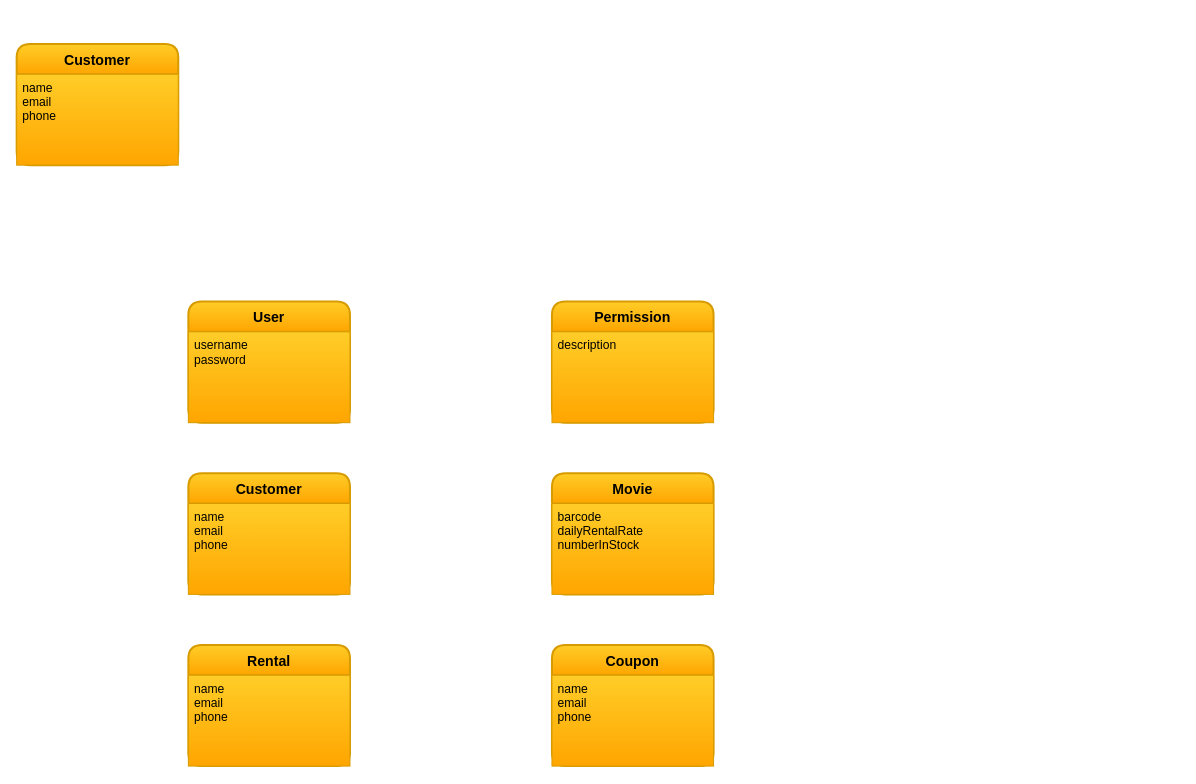
Above: Movie Rent.drawio in justcoding903/dandy-diagram (draw.io), before the change. Source tidied: cells renumbered, new cells numbered last; positions are measured from the earlier drawing's top-left corner, leaving out a move shared by most shapes. Both pictures are drawn from the tidied source at 101%, with x=0, y=0 at pixel (16, 43).
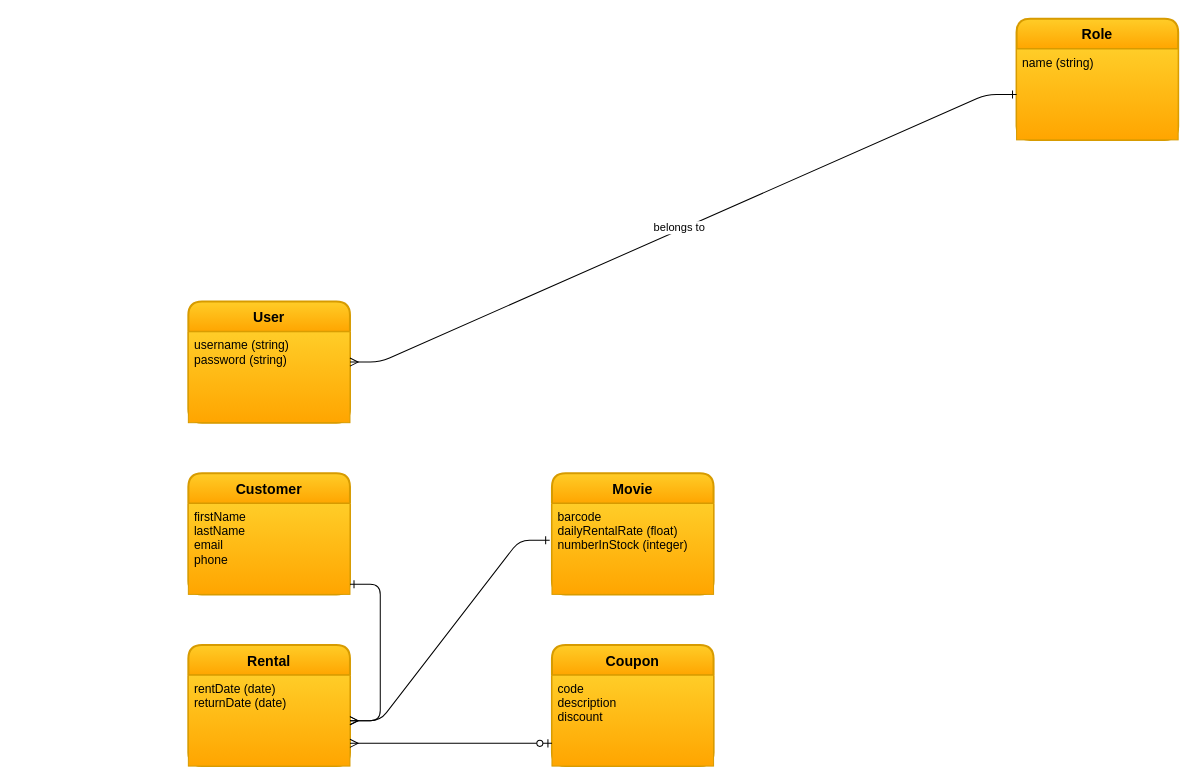
Above is the later version.

Diff of the diagram source:
```diff
@@
 <mxGraphModel>
   <root>
     <mxCell id="0" />
     <mxCell id="1" parent="0" />
     <mxCell id="2" value="User" style="swimlane;horizontal=1;startSize=30;rounded=1;fontSize=14;fontStyle=1;strokeWidth=2;shadow=0;dashed=0;align=center;labelBackgroundColor=none;fillColor=#ffcd28;strokeColor=#d79b00;gradientColor=#ffa500;" parent="1" vertex="1">
       <mxGeometry x="170" y="255" width="160" height="120" as="geometry" />
     </mxCell>
-    <mxCell id="3" value="username&#10;password" style="align=left;spacingLeft=4;fontSize=12;verticalAlign=top;fillColor=#ffcd28;strokeColor=#d79b00;gradientColor=#ffa500;" parent="2" vertex="1">
+    <mxCell id="3" value="username (string)&#10;password (string)" style="align=left;spacingLeft=4;fontSize=12;verticalAlign=top;fillColor=#ffcd28;strokeColor=#d79b00;gradientColor=#ffa500;" parent="2" vertex="1">
       <mxGeometry y="30" width="160" height="90" as="geometry" />
     </mxCell>
-    <mxCell id="4" value="Permission" style="swimlane;horizontal=1;startSize=30;rounded=1;fontSize=14;fontStyle=1;strokeWidth=2;shadow=0;dashed=0;align=center;labelBackgroundColor=none;fillColor=#ffcd28;strokeColor=#d79b00;gradientColor=#ffa500;" parent="1" vertex="1">
-      <mxGeometry x="530" y="255" width="160" height="120" as="geometry" />
-    </mxCell>
-    <mxCell id="5" value="description&#10;" style="align=left;spacingLeft=4;fontSize=12;verticalAlign=top;fillColor=#ffcd28;strokeColor=#d79b00;gradientColor=#ffa500;" parent="4" vertex="1">
-      <mxGeometry y="30" width="160" height="90" as="geometry" />
-    </mxCell>
-    <mxCell id="6" value="Customer" style="swimlane;horizontal=1;startSize=30;rounded=1;fontSize=14;fontStyle=1;strokeWidth=2;shadow=0;dashed=0;align=center;labelBackgroundColor=none;fillColor=#ffcd28;strokeColor=#d79b00;gradientColor=#ffa500;" parent="1" vertex="1">
-      <mxGeometry width="160" height="120" as="geometry" />
-    </mxCell>
-    <mxCell id="7" value="name&#10;email&#10;phone" style="align=left;spacingLeft=4;fontSize=12;verticalAlign=top;fillColor=#ffcd28;strokeColor=#d79b00;gradientColor=#ffa500;" parent="6" vertex="1">
-      <mxGeometry y="30" width="160" height="90" as="geometry" />
-    </mxCell>
     <mxCell id="8" value="Movie" style="swimlane;horizontal=1;startSize=30;rounded=1;fontSize=14;fontStyle=1;strokeWidth=2;shadow=0;dashed=0;align=center;labelBackgroundColor=none;fillColor=#ffcd28;strokeColor=#d79b00;gradientColor=#ffa500;" parent="1" vertex="1">
       <mxGeometry x="530" y="425" width="160" height="120" as="geometry" />
     </mxCell>
-    <mxCell id="9" value="barcode&#10;dailyRentalRate&#10;numberInStock" style="align=left;spacingLeft=4;fontSize=12;verticalAlign=top;fillColor=#ffcd28;strokeColor=#d79b00;gradientColor=#ffa500;" parent="8" vertex="1">
+    <mxCell id="9" value="barcode&#10;dailyRentalRate (float)&#10;numberInStock (integer)" style="align=left;spacingLeft=4;fontSize=12;verticalAlign=top;fillColor=#ffcd28;strokeColor=#d79b00;gradientColor=#ffa500;" parent="8" vertex="1">
       <mxGeometry y="30" width="160" height="90" as="geometry" />
     </mxCell>
     <mxCell id="10" value="Customer" style="swimlane;horizontal=1;startSize=30;rounded=1;fontSize=14;fontStyle=1;strokeWidth=2;shadow=0;dashed=0;align=center;labelBackgroundColor=none;fillColor=#ffcd28;strokeColor=#d79b00;gradientColor=#ffa500;" parent="1" vertex="1">
       <mxGeometry x="170" y="425" width="160" height="120" as="geometry" />
     </mxCell>
-    <mxCell id="11" value="name&#10;email&#10;phone" style="align=left;spacingLeft=4;fontSize=12;verticalAlign=top;fillColor=#ffcd28;strokeColor=#d79b00;gradientColor=#ffa500;" parent="10" vertex="1">
+    <mxCell id="11" value="firstName&#10;lastName&#10;email&#10;phone" style="align=left;spacingLeft=4;fontSize=12;verticalAlign=top;fillColor=#ffcd28;strokeColor=#d79b00;gradientColor=#ffa500;" parent="10" vertex="1">
       <mxGeometry y="30" width="160" height="90" as="geometry" />
     </mxCell>
+    <mxCell id="4" value="Role" style="swimlane;horizontal=1;startSize=30;rounded=1;fontSize=14;fontStyle=1;strokeWidth=2;shadow=0;dashed=0;align=center;labelBackgroundColor=none;fillColor=#ffcd28;strokeColor=#d79b00;gradientColor=#ffa500;" parent="1" vertex="1">
+      <mxGeometry x="990" y="-25" width="160" height="120" as="geometry" />
+    </mxCell>
+    <mxCell id="5" value="name (string)" style="align=left;spacingLeft=4;fontSize=12;verticalAlign=top;fillColor=#ffcd28;strokeColor=#d79b00;gradientColor=#ffa500;" parent="4" vertex="1">
+      <mxGeometry y="30" width="160" height="90" as="geometry" />
+    </mxCell>
     <mxCell id="12" value="Rental" style="swimlane;horizontal=1;startSize=30;rounded=1;fontSize=14;fontStyle=1;strokeWidth=2;shadow=0;dashed=0;align=center;labelBackgroundColor=none;fillColor=#ffcd28;strokeColor=#d79b00;gradientColor=#ffa500;" parent="1" vertex="1">
       <mxGeometry x="170" y="595" width="160" height="120" as="geometry" />
     </mxCell>
-    <mxCell id="13" value="name&#10;email&#10;phone" style="align=left;spacingLeft=4;fontSize=12;verticalAlign=top;fillColor=#ffcd28;strokeColor=#d79b00;gradientColor=#ffa500;" parent="12" vertex="1">
+    <mxCell id="13" value="rentDate (date)&#10;returnDate (date)" style="align=left;spacingLeft=4;fontSize=12;verticalAlign=top;fillColor=#ffcd28;strokeColor=#d79b00;gradientColor=#ffa500;" parent="12" vertex="1">
       <mxGeometry y="30" width="160" height="90" as="geometry" />
     </mxCell>
     <mxCell id="14" value="Coupon" style="swimlane;horizontal=1;startSize=30;rounded=1;fontSize=14;fontStyle=1;strokeWidth=2;shadow=0;dashed=0;align=center;labelBackgroundColor=none;fillColor=#ffcd28;strokeColor=#d79b00;gradientColor=#ffa500;" parent="1" vertex="1">
       <mxGeometry x="530" y="595" width="160" height="120" as="geometry" />
     </mxCell>
-    <mxCell id="15" value="name&#10;email&#10;phone" style="align=left;spacingLeft=4;fontSize=12;verticalAlign=top;fillColor=#ffcd28;strokeColor=#d79b00;gradientColor=#ffa500;" parent="14" vertex="1">
+    <mxCell id="15" value="code&#10;description&#10;discount" style="align=left;spacingLeft=4;fontSize=12;verticalAlign=top;fillColor=#ffcd28;strokeColor=#d79b00;gradientColor=#ffa500;" parent="14" vertex="1">
       <mxGeometry y="30" width="160" height="90" as="geometry" />
     </mxCell>
+    <mxCell id="16" style="edgeStyle=entityRelationEdgeStyle;fontSize=12;html=1;endArrow=ERone;startArrow=ERmany;exitX=1;exitY=0.5;exitDx=0;exitDy=0;entryX=0;entryY=0.5;entryDx=0;entryDy=0;endFill=0;" parent="1" edge="1" source="2" target="5">
+      <mxGeometry relative="1" as="geometry" />
+    </mxCell>
+    <mxCell id="17" value="belongs to" style="edgeLabel;html=1;align=center;verticalAlign=middle;" parent="16" vertex="1">
+      <mxGeometry x="-0.01" y="3" relative="1" as="geometry" />
+    </mxCell>
+    <mxCell id="18" style="edgeStyle=entityRelationEdgeStyle;fontSize=12;html=1;endArrow=ERone;startArrow=ERmany;entryX=-0.014;entryY=0.404;entryDx=0;entryDy=0;entryPerimeter=0;exitX=1;exitY=0.5;exitDx=0;exitDy=0;endFill=0;" parent="1" edge="1" source="13" target="9">
+      <mxGeometry relative="1" as="geometry" />
+    </mxCell>
+    <mxCell id="19" style="edgeStyle=entityRelationEdgeStyle;fontSize=12;html=1;endArrow=ERmany;startArrow=ERone;startFill=0;" parent="1" edge="1" target="13">
+      <mxGeometry relative="1" as="geometry">
+        <mxPoint x="330" y="535" as="sourcePoint" />
+      </mxGeometry>
+    </mxCell>
+    <mxCell id="20" style="edgeStyle=entityRelationEdgeStyle;fontSize=12;html=1;endArrow=ERzeroToOne;startArrow=ERmany;exitX=1;exitY=0.75;exitDx=0;exitDy=0;entryX=0;entryY=0.75;entryDx=0;entryDy=0;endFill=1;" parent="1" edge="1" source="13" target="15">
+      <mxGeometry relative="1" as="geometry" />
+    </mxCell>
   </root>
 </mxGraphModel>
```
